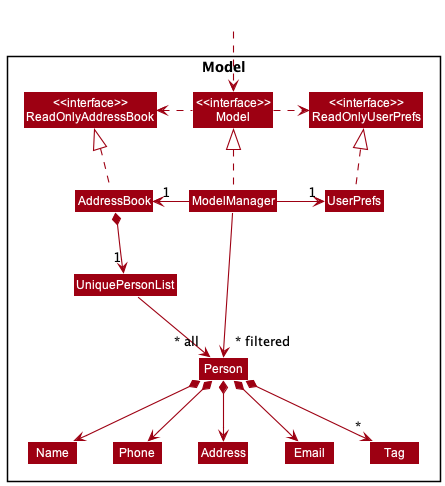
Before: docs/images/ModelClassDiagram.png, a diagram exported from PlantUML (nus-cs2103-AY2223S2/tp).
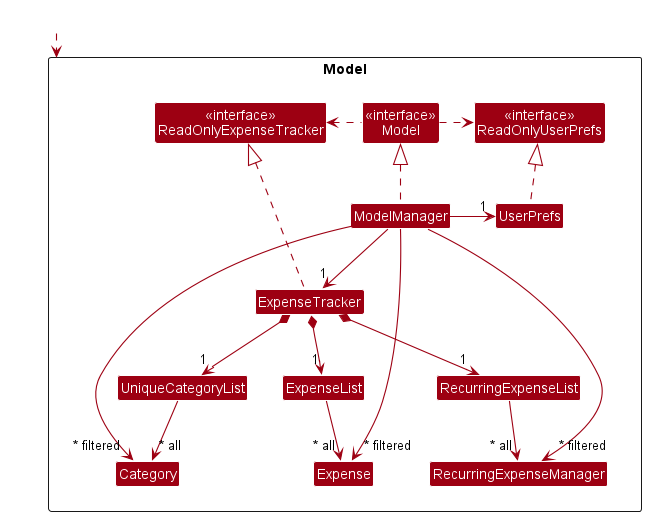
The same file after the commit.

What changed in the source:
```diff
@@ -5,46 +5,41 @@
 skinparam classBackgroundColor MODEL_COLOR
 
 Package Model <<Rectangle>>{
-Class "<<interface>>\nReadOnlyAddressBook" as ReadOnlyAddressBook
+Class "<<interface>>\nReadOnlyExpenseTracker" as ReadOnlyExpenseTracker
 Class "<<interface>>\nReadOnlyUserPrefs" as ReadOnlyUserPrefs
-Class "<<interface>>\nModel" as Model
-Class AddressBook
+Class "<<interface>>\nModel" as dataModel
+Class ExpenseTracker
 Class ModelManager
 Class UserPrefs
 
-Class UniquePersonList
-Class Person
-Class Address
-Class Email
-Class Name
-Class Phone
-Class Tag
-
+Class UniqueCategoryList
+Class ExpenseList
+Class RecurringExpenseList
+Class Category
+Class Expense
+Class RecurringExpenseManager
 }
 
 Class HiddenOutside #FFFFFF
 HiddenOutside ..> Model
 
-AddressBook .up.|> ReadOnlyAddressBook
+ExpenseTracker .up.|> ReadOnlyExpenseTracker
 
-ModelManager .up.|> Model
-Model .right.> ReadOnlyUserPrefs
-Model .left.> ReadOnlyAddressBook
-ModelManager -left-> "1" AddressBook
+ModelManager .up.|> dataModel
+dataModel .right.> ReadOnlyUserPrefs
+dataModel .left.> ReadOnlyExpenseTracker
+ModelManager -down-> "1" ExpenseTracker
 ModelManager -right-> "1" UserPrefs
 UserPrefs .up.|> ReadOnlyUserPrefs
 
-AddressBook *--> "1" UniquePersonList
-UniquePersonList --> "~* all" Person
-Person *--> Name
-Person *--> Phone
-Person *--> Email
-Person *--> Address
-Person *--> "*" Tag
+ExpenseTracker *--> "1" UniqueCategoryList
+ExpenseTracker *--> "1" ExpenseList
+ExpenseTracker *--> "1" RecurringExpenseList
+UniqueCategoryList --> "~* all" Category
+ExpenseList --> "~* all" Expense
+RecurringExpenseList --> "~* all" RecurringExpenseManager
 
-Name -[hidden]right-> Phone
-Phone -[hidden]right-> Address
-Address -[hidden]right-> Email
-
-ModelManager -->"~* filtered" Person
+ModelManager -->"~* filtered" Category
+ModelManager -->"~* filtered" Expense
+ModelManager -->"~* filtered" RecurringExpenseManager
 @enduml
```
